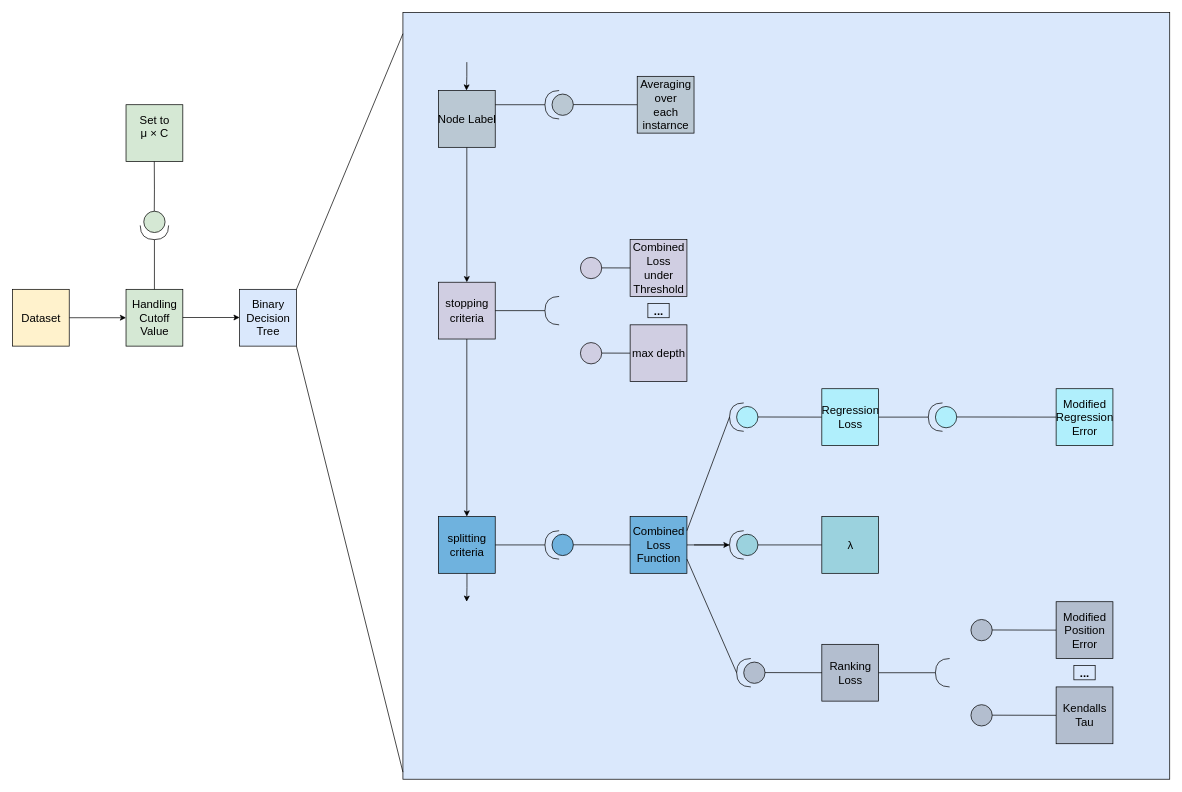
The draw.io diagram structure.drawio in LukasFehring/LukasFehring, before the edit. Source tidied: cells renumbered, new cells numbered last; positions are measured from the earlier drawing's top-left corner, leaving out a move shared by most shapes. Both pictures are drawn from the tidied source at 71%, with x=0, y=0 at pixel (12, 12).
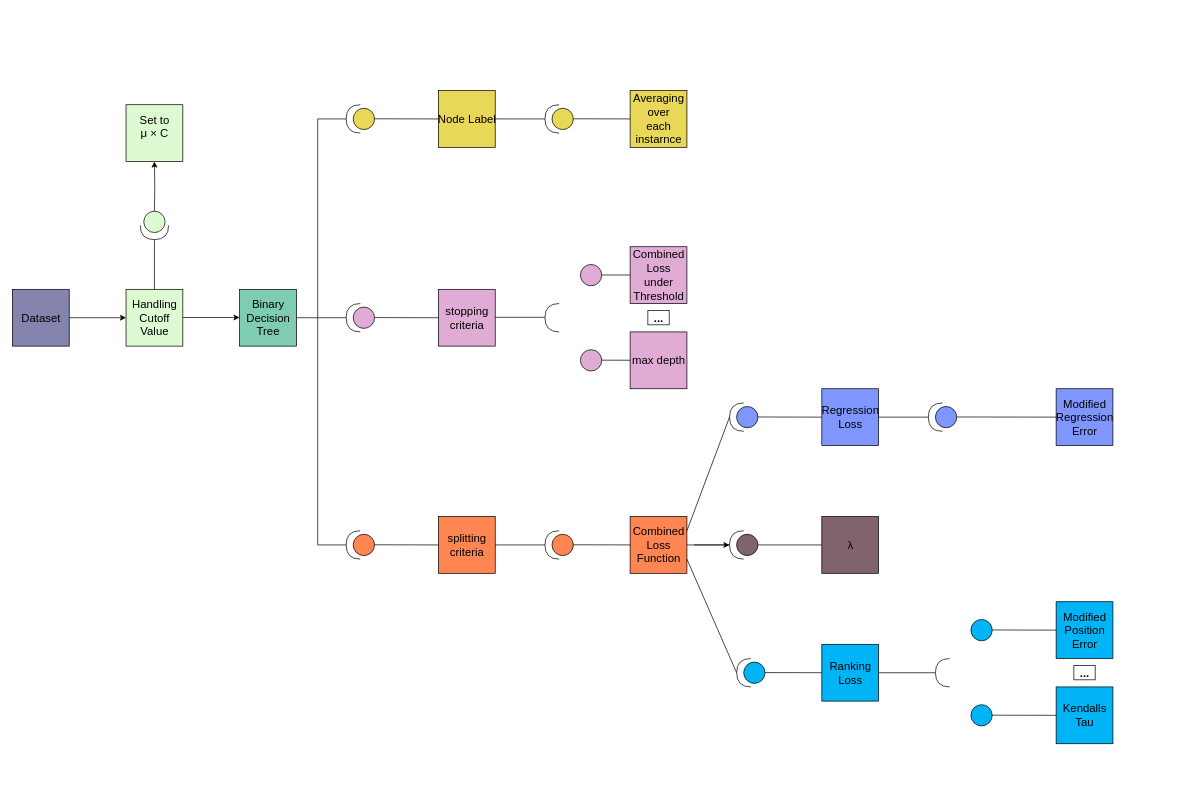
The same diagram, later.

Change to the diagram source:
```diff
@@
-    <mxCell id="2" style="html=1;rounded=0;fontSize=16;fillColor=#dae8fc;strokeColor=#000000;" parent="1" vertex="1">
-      <mxGeometry x="550" width="1080" height="1080" as="geometry" />
-    </mxCell>
@@
-    <mxCell id="4" value="Dataset" style="html=1;rounded=0;rotation=0;fontSize=16;fillColor=#fff2cc;strokeColor=#000000;" parent="1" vertex="1">
+    <mxCell id="4" value="Dataset" style="html=1;rounded=0;rotation=0;fontSize=16;fillColor=#8484AE;strokeColor=#000000;" parent="1" vertex="1">
       <mxGeometry y="390" width="80" height="80" as="geometry" />
     </mxCell>
-    <mxCell id="5" value="Handling&lt;br style=&quot;font-size: 16px;&quot;&gt;Cutoff&lt;br style=&quot;font-size: 16px;&quot;&gt;Value" style="html=1;rounded=0;fontSize=16;fillColor=#d5e8d4;strokeColor=#000000;" parent="1" vertex="1">
+    <mxCell id="5" value="Handling&lt;br style=&quot;font-size: 16px;&quot;&gt;Cutoff&lt;br style=&quot;font-size: 16px;&quot;&gt;Value" style="html=1;rounded=0;fontSize=16;fillColor=#DDFBD2;strokeColor=#000000;" parent="1" vertex="1">
       <mxGeometry x="160" y="390" width="80" height="80" as="geometry" />
     </mxCell>
-    <mxCell id="6" value="Set to&lt;br style=&quot;font-size: 16px;&quot;&gt;μ&amp;nbsp;&lt;span style=&quot;font-size: 16px;&quot;&gt;× C&lt;br style=&quot;font-size: 16px;&quot;&gt;&lt;br style=&quot;font-size: 16px;&quot;&gt;&lt;/span&gt;" style="html=1;rounded=0;fontSize=16;fillColor=#d5e8d4;strokeColor=#000000;" parent="1" vertex="1">
+    <mxCell id="6" value="Set to&lt;br style=&quot;font-size: 16px;&quot;&gt;μ&amp;nbsp;&lt;span style=&quot;font-size: 16px;&quot;&gt;× C&lt;br style=&quot;font-size: 16px;&quot;&gt;&lt;br style=&quot;font-size: 16px;&quot;&gt;&lt;/span&gt;" style="html=1;rounded=0;fontSize=16;fillColor=#DDFBD2;strokeColor=#000000;" parent="1" vertex="1">
       <mxGeometry x="160" y="130" width="80" height="80" as="geometry" />
     </mxCell>
@@
-    <mxCell id="8" value="Binary&lt;br style=&quot;font-size: 16px;&quot;&gt;Decision&lt;br style=&quot;font-size: 16px;&quot;&gt;Tree" style="html=1;rounded=0;fontSize=16;fillColor=#dae8fc;strokeColor=#000000;" parent="1" vertex="1">
+    <mxCell id="8" value="Binary&lt;br style=&quot;font-size: 16px;&quot;&gt;Decision&lt;br style=&quot;font-size: 16px;&quot;&gt;Tree" style="html=1;rounded=0;fontSize=16;fillColor=#7ECCB3;strokeColor=#000000;gradientColor=none;" parent="1" vertex="1">
       <mxGeometry x="320" y="390" width="80" height="80" as="geometry" />
     </mxCell>
-    <mxCell id="9" style="endArrow=none;html=1;rounded=0;entryX=1;entryY=0;entryDx=0;entryDy=0;fontSize=16;strokeColor=#000000;" parent="1" edge="1" target="8">
-      <mxGeometry relative="1" as="geometry">
-        <mxPoint x="550" y="30" as="sourcePoint" />
-      </mxGeometry>
-    </mxCell>
-    <mxCell id="10" style="endArrow=none;html=1;rounded=0;fontSize=16;strokeColor=#000000;" parent="1" edge="1">
-      <mxGeometry relative="1" as="geometry">
-        <mxPoint x="400" y="470" as="sourcePoint" />
-        <mxPoint x="550" y="1070" as="targetPoint" />
-      </mxGeometry>
-    </mxCell>
-    <mxCell id="11" style="edgeStyle=orthogonalEdgeStyle;rounded=0;jettySize=auto;html=1;fontSize=16;strokeColor=#000000;" parent="1" edge="1" source="12" target="19">
-      <mxGeometry relative="1" as="geometry" />
-    </mxCell>
-    <mxCell id="12" value="Node Label" style="html=1;rounded=0;fontSize=16;fillColor=#bac8d3;strokeColor=#000000;" parent="1" vertex="1">
+    <mxCell id="12" value="Node Label" style="html=1;rounded=0;fontSize=16;fillColor=#E9D758;strokeColor=#000000;" parent="1" vertex="1">
       <mxGeometry x="600" y="110" width="80" height="80" as="geometry" />
     </mxCell>
-    <mxCell id="13" style="ellipse;fillColor=#bac8d3;strokeColor=#000000;fontSize=16;" parent="1" vertex="1">
-      <mxGeometry x="760" y="115" width="30" height="30" as="geometry" />
+    <mxCell id="13" style="ellipse;fillColor=#E9D758;strokeColor=#000000;fontSize=16;" parent="1" vertex="1">
+      <mxGeometry x="760" y="135" width="30" height="30" as="geometry" />
     </mxCell>
     <mxCell id="14" style="endArrow=none;html=1;rounded=0;entryX=0.5;entryY=0;entryDx=0;entryDy=0;fontSize=16;strokeColor=#000000;" parent="1" edge="1">
       <mxGeometry relative="1" as="geometry">
-        <mxPoint x="880" y="130" as="sourcePoint" />
-        <mxPoint x="790" y="129.8" as="targetPoint" />
+        <mxPoint x="880" y="150" as="sourcePoint" />
+        <mxPoint x="790" y="149.8" as="targetPoint" />
       </mxGeometry>
     </mxCell>
-    <mxCell id="15" value="Averaging&lt;br style=&quot;font-size: 16px;&quot;&gt;over&lt;br style=&quot;font-size: 16px;&quot;&gt;each&lt;br style=&quot;font-size: 16px;&quot;&gt;instarnce" style="html=1;rounded=0;fontSize=16;fillColor=#bac8d3;strokeColor=#000000;" parent="1" vertex="1">
-      <mxGeometry x="880" y="90" width="80" height="80" as="geometry" />
+    <mxCell id="15" value="Averaging&lt;br style=&quot;font-size: 16px;&quot;&gt;over&lt;br style=&quot;font-size: 16px;&quot;&gt;each&lt;br style=&quot;font-size: 16px;&quot;&gt;instarnce" style="html=1;rounded=0;fontSize=16;fillColor=#E9D758;strokeColor=#000000;" parent="1" vertex="1">
+      <mxGeometry x="870" y="110" width="80" height="80" as="geometry" />
     </mxCell>
-    <mxCell id="16" style="ellipse;fillColor=#d5e8d4;strokeColor=#000000;fontSize=16;" parent="1" vertex="1">
+    <mxCell id="16" style="ellipse;fillColor=#DDFBD2;strokeColor=#000000;fontSize=16;" parent="1" vertex="1">
       <mxGeometry x="185" y="280" width="30" height="30" as="geometry" />
     </mxCell>
-    <mxCell id="17" style="endArrow=none;html=1;rounded=0;entryX=0.5;entryY=0;entryDx=0;entryDy=0;exitX=1;exitY=0.5;exitDx=0;exitDy=0;exitPerimeter=0;fontSize=16;strokeColor=#000000;" parent="1" edge="1">
-      <mxGeometry relative="1" as="geometry">
-        <mxPoint x="199.8" y="210" as="sourcePoint" />
-        <mxPoint x="199.8" y="280" as="targetPoint" />
-        <Array as="points">
-          <mxPoint x="200" y="250" />
-        </Array>
-      </mxGeometry>
-    </mxCell>
-    <mxCell id="18" style="edgeStyle=orthogonalEdgeStyle;rounded=0;jettySize=auto;html=1;fontSize=16;strokeColor=#000000;" parent="1" edge="1" source="19" target="27">
-      <mxGeometry relative="1" as="geometry" />
-    </mxCell>
-    <mxCell id="19" value="stopping&lt;br style=&quot;font-size: 16px;&quot;&gt;criteria" style="html=1;rounded=0;fontSize=16;fillColor=#d0cee2;strokeColor=#000000;" parent="1" vertex="1">
-      <mxGeometry x="600" y="380" width="80" height="80" as="geometry" />
+    <mxCell id="19" value="stopping&lt;br style=&quot;font-size: 16px;&quot;&gt;criteria" style="html=1;rounded=0;fontSize=16;fillColor=#E0ACD5;strokeColor=#000000;" parent="1" vertex="1">
+      <mxGeometry x="600" y="390" width="80" height="80" as="geometry" />
     </mxCell>
-    <mxCell id="20" style="ellipse;fillColor=#d0cee2;strokeColor=#000000;fontSize=16;" parent="1" vertex="1">
-      <mxGeometry x="800" y="345" width="30" height="30" as="geometry" />
+    <mxCell id="20" style="ellipse;fillColor=#E0ACD5;strokeColor=#000000;fontSize=16;" parent="1" vertex="1">
+      <mxGeometry x="800" y="355" width="30" height="30" as="geometry" />
     </mxCell>
     <mxCell id="21" style="endArrow=none;html=1;rounded=0;entryX=0.5;entryY=0;entryDx=0;entryDy=0;fontSize=16;strokeColor=#000000;" parent="1" edge="1">
       <mxGeometry relative="1" as="geometry">
-        <mxPoint x="920" y="360" as="sourcePoint" />
-        <mxPoint x="830" y="359.8" as="targetPoint" />
+        <mxPoint x="920" y="370" as="sourcePoint" />
+        <mxPoint x="830" y="369.8" as="targetPoint" />
       </mxGeometry>
     </mxCell>
-    <mxCell id="22" value="Combined&lt;br style=&quot;font-size: 16px;&quot;&gt;Loss&lt;br style=&quot;font-size: 16px;&quot;&gt;under&lt;br style=&quot;font-size: 16px;&quot;&gt;Threshold" style="html=1;rounded=0;fontSize=16;fillColor=#d0cee2;strokeColor=#000000;" parent="1" vertex="1">
-      <mxGeometry x="870" y="320" width="80" height="80" as="geometry" />
+    <mxCell id="22" value="Combined&lt;br style=&quot;font-size: 16px;&quot;&gt;Loss&lt;br style=&quot;font-size: 16px;&quot;&gt;under&lt;br style=&quot;font-size: 16px;&quot;&gt;Threshold" style="html=1;rounded=0;fontSize=16;fillColor=#E0ACD5;strokeColor=#000000;" parent="1" vertex="1">
+      <mxGeometry x="870" y="330" width="80" height="80" as="geometry" />
     </mxCell>
-    <mxCell id="23" style="ellipse;fillColor=#d0cee2;strokeColor=#000000;fontSize=16;" parent="1" vertex="1">
-      <mxGeometry x="800" y="465" width="30" height="30" as="geometry" />
+    <mxCell id="23" style="ellipse;fillColor=#E0ACD5;strokeColor=#000000;fontSize=16;" parent="1" vertex="1">
+      <mxGeometry x="800" y="475" width="30" height="30" as="geometry" />
     </mxCell>
     <mxCell id="24" style="endArrow=none;html=1;rounded=0;entryX=0.5;entryY=0;entryDx=0;entryDy=0;fontSize=16;strokeColor=#000000;" parent="1" edge="1">
       <mxGeometry relative="1" as="geometry">
-        <mxPoint x="920" y="480" as="sourcePoint" />
-        <mxPoint x="830" y="479.8" as="targetPoint" />
+        <mxPoint x="920" y="490" as="sourcePoint" />
+        <mxPoint x="830" y="489.8" as="targetPoint" />
       </mxGeometry>
     </mxCell>
-    <mxCell id="25" value="max depth" style="html=1;rounded=0;fontSize=16;fillColor=#d0cee2;strokeColor=#000000;" parent="1" vertex="1">
-      <mxGeometry x="870" y="440" width="80" height="80" as="geometry" />
+    <mxCell id="25" value="max depth" style="html=1;rounded=0;fontSize=16;fillColor=#E0ACD5;strokeColor=#000000;" parent="1" vertex="1">
+      <mxGeometry x="870" y="450" width="80" height="80" as="geometry" />
     </mxCell>
     <mxCell id="26" value="&lt;font style=&quot;font-size: 16px&quot;&gt;&lt;b style=&quot;font-size: 16px;&quot;&gt;...&lt;/b&gt;&lt;/font&gt;" style="text;html=1;align=center;verticalAlign=middle;strokeColor=#000000;fillColor=none;fontSize=16;" parent="1" vertex="1">
-      <mxGeometry x="895" y="410" width="30" height="20" as="geometry" />
+      <mxGeometry x="895" y="420" width="30" height="20" as="geometry" />
     </mxCell>
-    <mxCell id="27" value="splitting&lt;br style=&quot;font-size: 16px;&quot;&gt;criteria" style="html=1;rounded=0;fontSize=16;fillColor=#6FB2DE;strokeColor=#000000;" parent="1" vertex="1">
+    <mxCell id="27" value="splitting&lt;br style=&quot;font-size: 16px;&quot;&gt;criteria" style="html=1;rounded=0;fontSize=16;fillColor=#FF8552;strokeColor=#000000;" parent="1" vertex="1">
       <mxGeometry x="600" y="710" width="80" height="80" as="geometry" />
     </mxCell>
@@
-    <mxCell id="30" style="edgeStyle=orthogonalEdgeStyle;rounded=0;orthogonalLoop=1;jettySize=auto;html=1;fontSize=16;strokeColor=#000000;" parent="1" edge="1">
-      <mxGeometry relative="1" as="geometry">
-        <mxPoint x="640" y="70" as="sourcePoint" />
-        <mxPoint x="639.5" y="110" as="targetPoint" />
-        <Array as="points">
-          <mxPoint x="640" y="90" />
-        </Array>
-      </mxGeometry>
-    </mxCell>
-    <mxCell id="31" style="ellipse;fillColor=#6FB2DE;strokeColor=#000000;fontSize=16;" parent="1" vertex="1">
+    <mxCell id="31" style="ellipse;fillColor=#FF8552;strokeColor=#000000;fontSize=16;" parent="1" vertex="1">
       <mxGeometry x="760" y="735" width="30" height="30" as="geometry" />
     </mxCell>
@@
-    <mxCell id="34" value="Combined&lt;br style=&quot;font-size: 16px;&quot;&gt;Loss&lt;br style=&quot;font-size: 16px;&quot;&gt;Function" style="html=1;rounded=0;fontSize=16;fillColor=#6FB2DE;strokeColor=#000000;" parent="1" vertex="1">
+    <mxCell id="34" value="Combined&lt;br style=&quot;font-size: 16px;&quot;&gt;Loss&lt;br style=&quot;font-size: 16px;&quot;&gt;Function" style="html=1;rounded=0;fontSize=16;fillColor=#FF8552;strokeColor=#000000;" parent="1" vertex="1">
       <mxGeometry x="870" y="710" width="80" height="80" as="geometry" />
     </mxCell>
@@
-    <mxCell id="39" style="ellipse;fillColor=#B0EFFC;strokeColor=#000000;fontSize=16;" parent="1" vertex="1">
+    <mxCell id="39" style="ellipse;fillColor=#7F96FF;strokeColor=#000000;fontSize=16;" parent="1" vertex="1">
       <mxGeometry x="1020" y="555" width="30" height="30" as="geometry" />
     </mxCell>
@@
-    <mxCell id="41" value="Regression&lt;br style=&quot;font-size: 16px;&quot;&gt;Loss" style="html=1;rounded=0;fontSize=16;fillColor=#B0EFFC;strokeColor=#000000;" parent="1" vertex="1">
+    <mxCell id="41" value="Regression&lt;br style=&quot;font-size: 16px;&quot;&gt;Loss" style="html=1;rounded=0;fontSize=16;fillColor=#7F96FF;strokeColor=#000000;" parent="1" vertex="1">
       <mxGeometry x="1140" y="530" width="80" height="80" as="geometry" />
     </mxCell>
-    <mxCell id="42" style="ellipse;fillColor=#B3BECF;strokeColor=#000000;fontSize=16;" parent="1" vertex="1">
+    <mxCell id="42" style="ellipse;fillColor=#00B4F5;strokeColor=#000000;fontSize=16;" parent="1" vertex="1">
       <mxGeometry x="1030" y="915" width="30" height="30" as="geometry" />
     </mxCell>
@@
-    <mxCell id="44" value="Ranking&lt;br style=&quot;font-size: 16px;&quot;&gt;Loss" style="html=1;rounded=0;fontSize=16;fillColor=#B3BECF;strokeColor=#000000;" parent="1" vertex="1">
+    <mxCell id="44" value="Ranking&lt;br style=&quot;font-size: 16px;&quot;&gt;Loss" style="html=1;rounded=0;fontSize=16;fillColor=#00B4F5;strokeColor=#000000;" parent="1" vertex="1">
       <mxGeometry x="1140" y="890" width="80" height="80" as="geometry" />
     </mxCell>
-    <mxCell id="45" style="ellipse;fillColor=#9BD2DE;strokeColor=#000000;fontSize=16;" parent="1" vertex="1">
+    <mxCell id="45" style="ellipse;fillColor=#7F636E;strokeColor=#000000;fontSize=16;" parent="1" vertex="1">
       <mxGeometry x="1020" y="735" width="30" height="30" as="geometry" />
     </mxCell>
@@
-    <mxCell id="47" value="&lt;font style=&quot;font-size: 16px;&quot;&gt;λ&lt;/font&gt;" style="html=1;rounded=0;fontSize=16;fillColor=#9BD2DE;strokeColor=#000000;" parent="1" vertex="1">
+    <mxCell id="47" value="&lt;font style=&quot;font-size: 16px;&quot;&gt;λ&lt;/font&gt;" style="html=1;rounded=0;fontSize=16;fillColor=#7F636E;strokeColor=#000000;" parent="1" vertex="1">
       <mxGeometry x="1140" y="710" width="80" height="80" as="geometry" />
     </mxCell>
@@
-    <mxCell id="50" style="ellipse;fillColor=#B0EFFC;strokeColor=#000000;fontSize=16;" parent="1" vertex="1">
+    <mxCell id="50" style="ellipse;fillColor=#7F96FF;strokeColor=#000000;fontSize=16;" parent="1" vertex="1">
       <mxGeometry x="1300" y="555" width="30" height="30" as="geometry" />
     </mxCell>
@@
-    <mxCell id="52" value="Modified&lt;br style=&quot;font-size: 16px;&quot;&gt;Regression&lt;br style=&quot;font-size: 16px;&quot;&gt;Error" style="html=1;rounded=0;fontSize=16;fillColor=#B0EFFC;strokeColor=#000000;" parent="1" vertex="1">
+    <mxCell id="52" value="Modified&lt;br style=&quot;font-size: 16px;&quot;&gt;Regression&lt;br style=&quot;font-size: 16px;&quot;&gt;Error" style="html=1;rounded=0;fontSize=16;fillColor=#7F96FF;strokeColor=#000000;" parent="1" vertex="1">
       <mxGeometry x="1470" y="530" width="80" height="80" as="geometry" />
     </mxCell>
-    <mxCell id="53" style="ellipse;fillColor=#B3BECF;strokeColor=#000000;fontSize=16;" parent="1" vertex="1">
+    <mxCell id="53" style="ellipse;fillColor=#00B4F5;strokeColor=#000000;fontSize=16;" parent="1" vertex="1">
       <mxGeometry x="1350" y="855" width="30" height="30" as="geometry" />
     </mxCell>
@@
-    <mxCell id="55" value="Modified&lt;br style=&quot;font-size: 16px;&quot;&gt;Position&lt;br style=&quot;font-size: 16px;&quot;&gt;Error" style="html=1;rounded=0;fontSize=16;fillColor=#B3BECF;strokeColor=#000000;" parent="1" vertex="1">
+    <mxCell id="55" value="Modified&lt;br style=&quot;font-size: 16px;&quot;&gt;Position&lt;br style=&quot;font-size: 16px;&quot;&gt;Error" style="html=1;rounded=0;fontSize=16;fillColor=#00B4F5;strokeColor=#000000;" parent="1" vertex="1">
       <mxGeometry x="1470" y="830" width="80" height="80" as="geometry" />
     </mxCell>
-    <mxCell id="56" style="ellipse;fillColor=#B3BECF;strokeColor=#000000;fontSize=16;" parent="1" vertex="1">
+    <mxCell id="56" style="ellipse;fillColor=#00B4F5;strokeColor=#000000;fontSize=16;" parent="1" vertex="1">
       <mxGeometry x="1350" y="975" width="30" height="30" as="geometry" />
     </mxCell>
@@
-    <mxCell id="58" value="Kendalls&lt;br style=&quot;font-size: 16px;&quot;&gt;Tau" style="html=1;rounded=0;fontSize=16;fillColor=#B3BECF;strokeColor=#000000;" parent="1" vertex="1">
+    <mxCell id="58" value="Kendalls&lt;br style=&quot;font-size: 16px;&quot;&gt;Tau" style="html=1;rounded=0;fontSize=16;fillColor=#00B4F5;strokeColor=#000000;" parent="1" vertex="1">
       <mxGeometry x="1470" y="950" width="80" height="80" as="geometry" />
     </mxCell>
@@
-    <mxCell id="60" style="edgeStyle=orthogonalEdgeStyle;rounded=0;orthogonalLoop=1;jettySize=auto;html=1;fontSize=16;strokeColor=#000000;" parent="1" edge="1">
-      <mxGeometry relative="1" as="geometry">
-        <mxPoint x="640.2" y="790" as="sourcePoint" />
-        <mxPoint x="639.8" y="830" as="targetPoint" />
-        <Array as="points">
-          <mxPoint x="640.2" y="810" />
-        </Array>
-      </mxGeometry>
-    </mxCell>
@@
     <mxCell id="62" style="shape=requiredInterface;html=1;verticalLabelPosition=bottom;sketch=0;rotation=90;direction=south;fontSize=16;strokeColor=#000000;" parent="1" vertex="1">
-      <mxGeometry x="740" y="120" width="40" height="20" as="geometry" />
+      <mxGeometry x="740" y="140" width="40" height="20" as="geometry" />
     </mxCell>
     <mxCell id="63" style="endArrow=none;html=1;rounded=0;exitX=1;exitY=0.5;exitDx=0;exitDy=0;exitPerimeter=0;fontSize=16;strokeColor=#000000;" parent="1" edge="1" source="62">
       <mxGeometry relative="1" as="geometry">
-        <mxPoint x="680" y="130" as="targetPoint" />
+        <mxPoint x="680" y="150" as="targetPoint" />
       </mxGeometry>
     </mxCell>
     <mxCell id="64" style="shape=requiredInterface;html=1;verticalLabelPosition=bottom;sketch=0;rotation=90;direction=south;fontSize=16;strokeColor=#000000;" parent="1" vertex="1">
-      <mxGeometry x="740" y="410" width="40" height="20" as="geometry" />
+      <mxGeometry x="740" y="420" width="40" height="20" as="geometry" />
     </mxCell>
-    <mxCell id="65" style="endArrow=none;html=1;rounded=0;exitX=1;exitY=0.5;exitDx=0;exitDy=0;exitPerimeter=0;fontSize=16;strokeColor=#000000;" parent="1" edge="1" source="64">
-      <mxGeometry relative="1" as="geometry">
-        <mxPoint x="680" y="420" as="targetPoint" />
-      </mxGeometry>
-    </mxCell>
@@
+    <mxCell id="71" style="edgeStyle=orthogonalEdgeStyle;rounded=0;jettySize=auto;html=1;entryX=0.5;entryY=1;entryDx=0;entryDy=0;" parent="1" edge="1" target="6">
+      <mxGeometry relative="1" as="geometry">
+        <mxPoint x="200" y="280" as="sourcePoint" />
+      </mxGeometry>
+    </mxCell>
@@
+    <mxCell id="72" style="shape=requiredInterface;html=1;verticalLabelPosition=bottom;sketch=0;rotation=90;direction=south;fontSize=16;strokeColor=#000000;" parent="1" vertex="1">
+      <mxGeometry x="460" y="140" width="40" height="20" as="geometry" />
+    </mxCell>
+    <mxCell id="73" style="endArrow=none;html=1;rounded=0;exitX=1;exitY=0.5;exitDx=0;exitDy=0;exitPerimeter=0;fontSize=16;strokeColor=#000000;entryX=1;entryY=0.5;entryDx=0;entryDy=0;" parent="1" edge="1" source="72" target="8">
+      <mxGeometry relative="1" as="geometry">
+        <Array as="points">
+          <mxPoint x="430" y="150" />
+          <mxPoint x="430" y="430" />
+          <mxPoint x="420" y="430" />
+        </Array>
+      </mxGeometry>
+    </mxCell>
+    <mxCell id="74" style="endArrow=none;html=1;rounded=0;exitX=1;exitY=0.5;exitDx=0;exitDy=0;exitPerimeter=0;fontSize=16;strokeColor=#000000;" parent="1" edge="1">
+      <mxGeometry relative="1" as="geometry">
+        <mxPoint x="750" y="429.4" as="sourcePoint" />
+        <mxPoint x="680" y="429.4" as="targetPoint" />
+      </mxGeometry>
+    </mxCell>
+    <mxCell id="75" style="endArrow=none;html=1;rounded=0;fontSize=16;strokeColor=#000000;" parent="1" edge="1">
+      <mxGeometry relative="1" as="geometry">
+        <mxPoint x="470" y="430" as="sourcePoint" />
+        <mxPoint x="430" y="430" as="targetPoint" />
+      </mxGeometry>
+    </mxCell>
+    <mxCell id="76" style="shape=requiredInterface;html=1;verticalLabelPosition=bottom;sketch=0;rotation=90;direction=south;fontSize=16;strokeColor=#000000;" parent="1" vertex="1">
+      <mxGeometry x="460" y="420" width="40" height="20" as="geometry" />
+    </mxCell>
+    <mxCell id="77" style="ellipse;fillColor=#E0ACD5;strokeColor=#000000;fontSize=16;" parent="1" vertex="1">
+      <mxGeometry x="480" y="415" width="30" height="30" as="geometry" />
+    </mxCell>
+    <mxCell id="78" style="endArrow=none;html=1;rounded=0;entryX=0.5;entryY=0;entryDx=0;entryDy=0;fontSize=16;strokeColor=#000000;" parent="1" edge="1">
+      <mxGeometry relative="1" as="geometry">
+        <mxPoint x="600" y="430" as="sourcePoint" />
+        <mxPoint x="510" y="429.8" as="targetPoint" />
+      </mxGeometry>
+    </mxCell>
+    <mxCell id="79" style="endArrow=none;html=1;rounded=0;fontSize=16;strokeColor=#000000;" parent="1" edge="1">
+      <mxGeometry relative="1" as="geometry">
+        <mxPoint x="470" y="750" as="sourcePoint" />
+        <mxPoint x="430" y="430" as="targetPoint" />
+        <Array as="points">
+          <mxPoint x="430" y="750" />
+        </Array>
+      </mxGeometry>
+    </mxCell>
+    <mxCell id="80" style="shape=requiredInterface;html=1;verticalLabelPosition=bottom;sketch=0;rotation=90;direction=south;fontSize=16;strokeColor=#000000;" parent="1" vertex="1">
+      <mxGeometry x="460" y="740" width="40" height="20" as="geometry" />
+    </mxCell>
+    <mxCell id="81" style="ellipse;fillColor=#FF8552;strokeColor=#000000;fontSize=16;" parent="1" vertex="1">
+      <mxGeometry x="480" y="735" width="30" height="30" as="geometry" />
+    </mxCell>
+    <mxCell id="82" style="endArrow=none;html=1;rounded=0;entryX=0.5;entryY=0;entryDx=0;entryDy=0;fontSize=16;strokeColor=#000000;" parent="1" edge="1">
+      <mxGeometry relative="1" as="geometry">
+        <mxPoint x="600" y="750" as="sourcePoint" />
+        <mxPoint x="510" y="749.8" as="targetPoint" />
+      </mxGeometry>
+    </mxCell>
+    <mxCell id="83" style="ellipse;fillColor=#E9D758;strokeColor=#000000;fontSize=16;" parent="1" vertex="1">
+      <mxGeometry x="480" y="135" width="30" height="30" as="geometry" />
+    </mxCell>
+    <mxCell id="84" style="endArrow=none;html=1;rounded=0;entryX=0.5;entryY=0;entryDx=0;entryDy=0;fontSize=16;strokeColor=#000000;" parent="1" edge="1">
+      <mxGeometry relative="1" as="geometry">
+        <mxPoint x="600" y="150" as="sourcePoint" />
+        <mxPoint x="510" y="149.8" as="targetPoint" />
+      </mxGeometry>
+    </mxCell>
```
